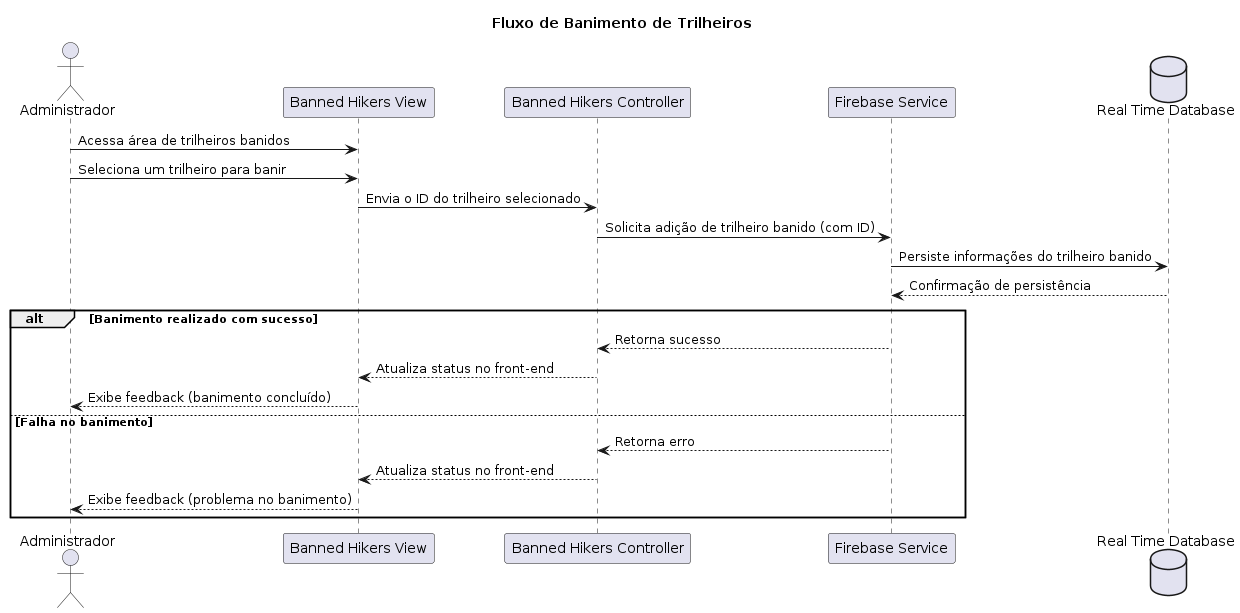
Above: docs/diagrams/out/sequence_diagrams/pe_na_pedra_sequence_diagram_1.png in tiagors09/pe_na_pedra (PlantUML), before the change. The source it was exported from:
```plantuml
@startuml pe_na_pedra_sequence_diagram_1
actor Administrador as adm

participant "Banned Hikers View" as bannedHikersView
participant "Banned Hikers Controller" as bannedHikersController
participant "Firebase Service" as firebase
database "Real Time Database" as realTimeDatabase

title Fluxo de Banimento de Trilheiros

adm -> bannedHikersView : Acessa área de trilheiros banidos
adm -> bannedHikersView : Seleciona um trilheiro para banir

bannedHikersView -> bannedHikersController : Envia o ID do trilheiro selecionado

bannedHikersController -> firebase : Solicita adição de trilheiro banido (com ID)

firebase -> realTimeDatabase : Persiste informações do trilheiro banido
realTimeDatabase --> firebase : Confirmação de persistência

alt Banimento realizado com sucesso
  firebase --> bannedHikersController : Retorna sucesso
  bannedHikersController --> bannedHikersView : Atualiza status no front-end
  bannedHikersView --> adm : Exibe feedback (banimento concluído)
else Falha no banimento
  firebase --> bannedHikersController : Retorna erro
  bannedHikersController --> bannedHikersView : Atualiza status no front-end
  bannedHikersView --> adm : Exibe feedback (problema no banimento)
end
@enduml
```
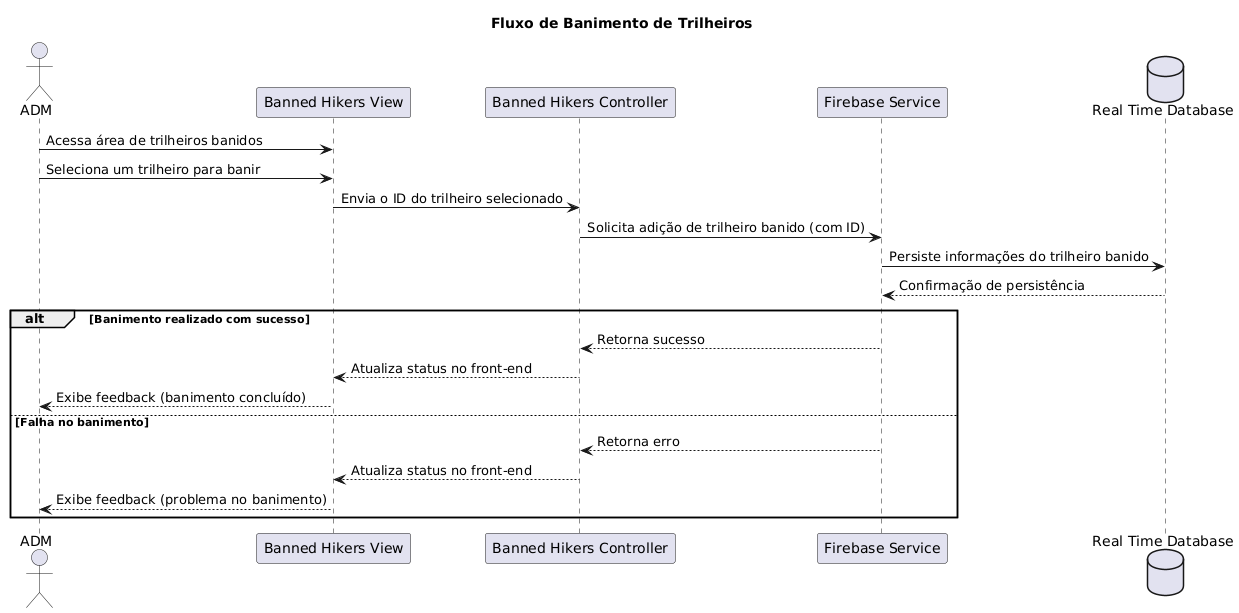
The same file after the commit.

What changed in the source:
```diff
@@ -1,5 +1,5 @@
-@startuml pe_na_pedra_sequence_diagram_1
-actor Administrador as adm
+@startuml
+actor ADM as adm
 
 participant "Banned Hikers View" as bannedHikersView
 participant "Banned Hikers Controller" as bannedHikersController
```
